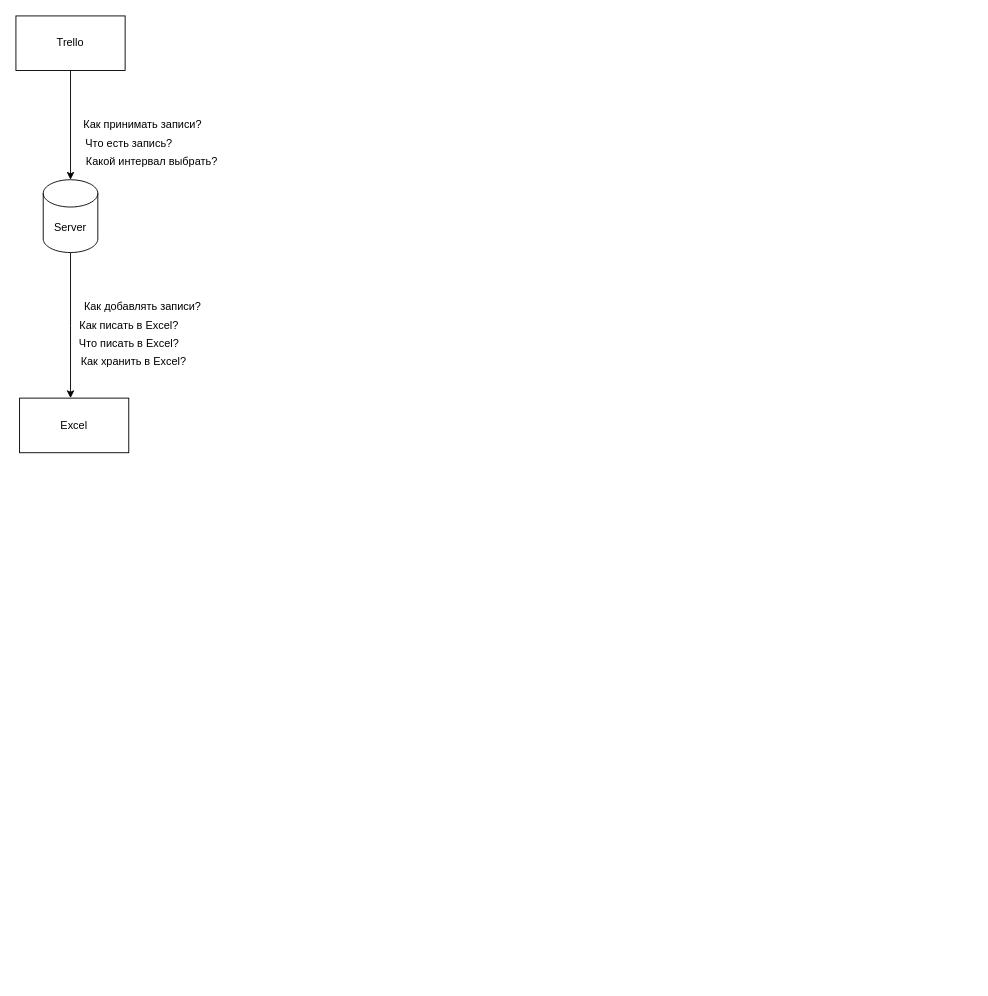
This is excel_bot.drawio from mparkhomenko/excelPlugin, a draw.io file, before an edit. Source tidied: cells renumbered, new cells numbered last; positions are measured from the earlier drawing's top-left corner, leaving out a move shared by most shapes. Both pictures are drawn from the tidied source at 91%, with x=0, y=0 at pixel (15, 15).
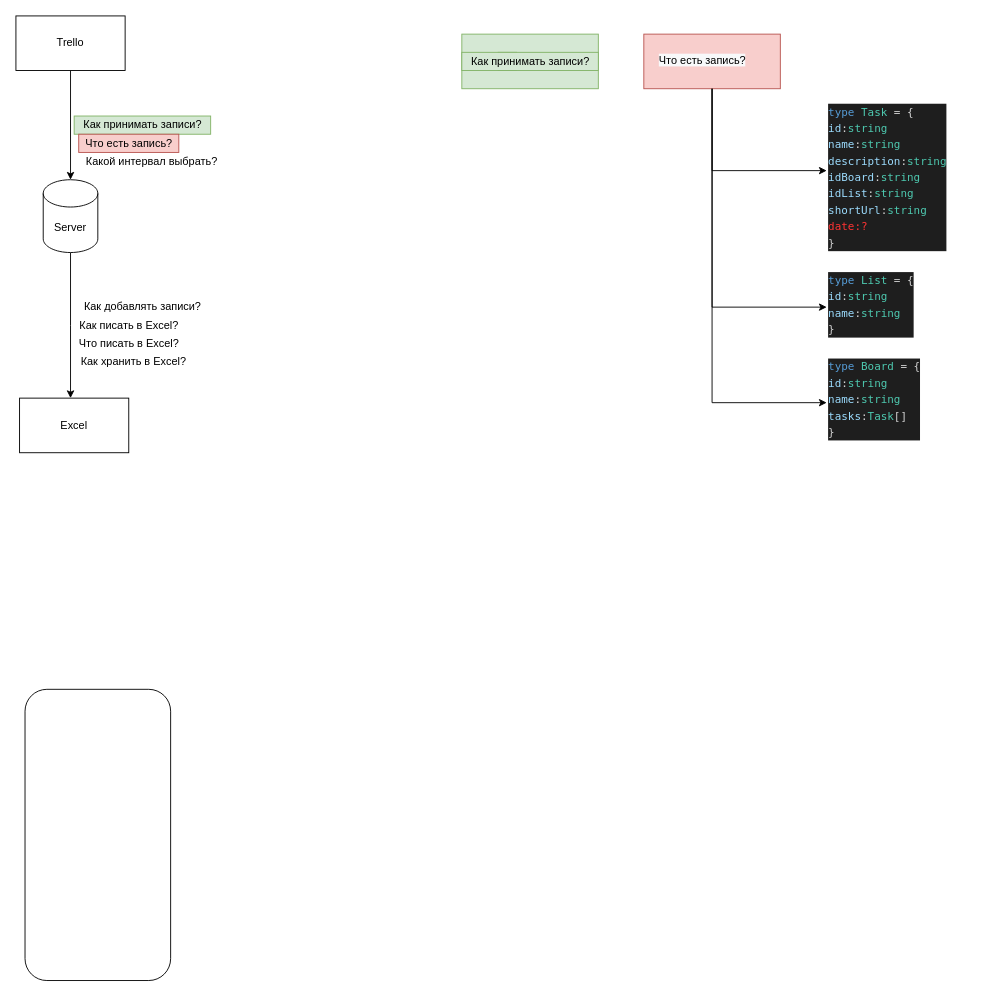
Above is the later version.

Diff of the diagram source:
```diff
@@
-    <mxCell id="8" value="Как принимать записи?" style="text;html=1;align=center;verticalAlign=middle;strokeColor=none;" parent="1" vertex="1">
+    <mxCell id="8" value="Как принимать записи?" style="text;html=1;align=center;verticalAlign=middle;strokeColor=#82b366;fillColor=#d5e8d4;" parent="1" vertex="1">
       <mxGeometry x="64" y="110" width="150" height="20" as="geometry" />
     </mxCell>
-    <mxCell id="9" value="Что есть запись?" style="text;html=1;align=center;verticalAlign=middle;strokeColor=none;" parent="1" vertex="1">
+    <mxCell id="9" value="Что есть запись?" style="text;html=1;align=center;verticalAlign=middle;strokeColor=#b85450;fillColor=#f8cecc;" parent="1" vertex="1">
       <mxGeometry x="69" y="130" width="110" height="20" as="geometry" />
     </mxCell>
@@
+    <mxCell id="14" style="rounded=1;whiteSpace=wrap;html=1;" parent="1" vertex="1">
+      <mxGeometry x="10" y="740" width="160" height="320" as="geometry" />
+    </mxCell>
+    <mxCell id="15" value="&lt;span style=&quot;color: rgba(0 , 0 , 0 , 0) ; font-family: monospace ; font-size: 0px&quot;&gt;asdasd&lt;/span&gt;" style="rounded=0;whiteSpace=wrap;html=1;fillColor=#d5e8d4;strokeColor=#82b366;" parent="1" vertex="1">
+      <mxGeometry x="490" y="20" width="150" height="60" as="geometry" />
+    </mxCell>
+    <mxCell id="16" style="text;html=1;align=center;verticalAlign=middle;strokeColor=#82b366;fillColor=#d5e8d4;" parent="1" vertex="1">
+      <mxGeometry x="530" y="40" width="20" height="20" as="geometry" />
+    </mxCell>
+    <mxCell id="17" value="Как принимать записи?" style="text;html=1;align=center;verticalAlign=middle;strokeColor=#82b366;fillColor=#d5e8d4;" parent="1" vertex="1">
+      <mxGeometry x="490" y="40" width="150" height="20" as="geometry" />
+    </mxCell>
+    <mxCell id="18" style="group;" parent="1" vertex="1">
+      <mxGeometry x="690" y="20" width="150" height="60" as="geometry" />
+    </mxCell>
+    <mxCell id="19" value="&lt;span style=&quot;color: rgba(0 , 0 , 0 , 0) ; font-family: monospace ; font-size: 0px&quot;&gt;asdasd&lt;/span&gt;" style="rounded=0;whiteSpace=wrap;html=1;fillColor=#f8cecc;strokeColor=#b85450;" parent="18" vertex="1">
+      <mxGeometry width="150" height="60" as="geometry" />
+    </mxCell>
+    <mxCell id="20" value="&lt;span style=&quot;color: rgb(0, 0, 0); font-family: helvetica; font-size: 12px; font-style: normal; font-weight: 400; letter-spacing: normal; text-align: center; text-indent: 0px; text-transform: none; word-spacing: 0px; background-color: rgb(248, 249, 250); display: inline; float: none;&quot;&gt;Что есть запись?&lt;/span&gt;" style="text;whiteSpace=wrap;html=1;" parent="18" vertex="1">
+      <mxGeometry x="15" y="15" width="120" height="30" as="geometry" />
+    </mxCell>
+    <mxCell id="21" value="&lt;div style=&quot;background-color: rgb(30 , 30 , 30) ; font-family: &amp;#34;menlo&amp;#34; , &amp;#34;monaco&amp;#34; , &amp;#34;courier new&amp;#34; , monospace ; font-weight: normal ; font-size: 12px ; line-height: 18px&quot;&gt;&lt;div style=&quot;color: rgb(212 , 212 , 212)&quot;&gt;&lt;span style=&quot;color: #569cd6&quot;&gt;type&lt;/span&gt;&lt;span style=&quot;color: #d4d4d4&quot;&gt; &lt;/span&gt;&lt;span style=&quot;color: #4ec9b0&quot;&gt;Task&lt;/span&gt;&lt;span style=&quot;color: #d4d4d4&quot;&gt; = {&lt;/span&gt;&lt;/div&gt;&lt;div style=&quot;color: rgb(212 , 212 , 212)&quot;&gt;&lt;span style=&quot;color: #d4d4d4&quot;&gt;    &lt;/span&gt;&lt;span style=&quot;color: #9cdcfe&quot;&gt;id&lt;/span&gt;&lt;span style=&quot;color: #d4d4d4&quot;&gt;:&lt;/span&gt;&lt;span style=&quot;color: #4ec9b0&quot;&gt;string&lt;/span&gt;&lt;/div&gt;&lt;div style=&quot;color: rgb(212 , 212 , 212)&quot;&gt;&lt;span style=&quot;color: #d4d4d4&quot;&gt;    &lt;/span&gt;&lt;span style=&quot;color: #9cdcfe&quot;&gt;name&lt;/span&gt;&lt;span style=&quot;color: #d4d4d4&quot;&gt;:&lt;/span&gt;&lt;span style=&quot;color: #4ec9b0&quot;&gt;string&lt;/span&gt;&lt;/div&gt;&lt;div style=&quot;color: rgb(212 , 212 , 212)&quot;&gt;&lt;span style=&quot;color: #d4d4d4&quot;&gt;    &lt;/span&gt;&lt;span style=&quot;color: #9cdcfe&quot;&gt;description&lt;/span&gt;&lt;span style=&quot;color: #d4d4d4&quot;&gt;:&lt;/span&gt;&lt;span style=&quot;color: #4ec9b0&quot;&gt;string&lt;/span&gt;&lt;/div&gt;&lt;div style=&quot;color: rgb(212 , 212 , 212)&quot;&gt;&lt;span style=&quot;color: #d4d4d4&quot;&gt;    &lt;/span&gt;&lt;span style=&quot;color: #9cdcfe&quot;&gt;idBoard&lt;/span&gt;&lt;span style=&quot;color: #d4d4d4&quot;&gt;:&lt;/span&gt;&lt;span style=&quot;color: #4ec9b0&quot;&gt;string&lt;/span&gt;&lt;/div&gt;&lt;div style=&quot;color: rgb(212 , 212 , 212)&quot;&gt;&lt;span style=&quot;color: #d4d4d4&quot;&gt;    &lt;/span&gt;&lt;span style=&quot;color: #9cdcfe&quot;&gt;idList&lt;/span&gt;&lt;span style=&quot;color: #d4d4d4&quot;&gt;:&lt;/span&gt;&lt;span style=&quot;color: #4ec9b0&quot;&gt;string&lt;/span&gt;&lt;/div&gt;&lt;div style=&quot;color: rgb(212 , 212 , 212)&quot;&gt;&lt;span style=&quot;color: #d4d4d4&quot;&gt;    &lt;/span&gt;&lt;span style=&quot;color: #9cdcfe&quot;&gt;shortUrl&lt;/span&gt;&lt;span style=&quot;color: #d4d4d4&quot;&gt;:&lt;/span&gt;&lt;span style=&quot;color: #4ec9b0&quot;&gt;string&lt;/span&gt;&lt;/div&gt;&lt;div&gt;&lt;font color=&quot;#ff3333&quot;&gt;date:?&lt;/font&gt;&lt;/div&gt;&lt;div style=&quot;color: rgb(212 , 212 , 212)&quot;&gt;&lt;span style=&quot;color: #d4d4d4&quot;&gt;}&lt;/span&gt;&lt;/div&gt;&lt;/div&gt;" style="text;whiteSpace=wrap;html=1;" parent="1" vertex="1">
+      <mxGeometry x="891" y="90" width="160" height="160" as="geometry" />
+    </mxCell>
+    <mxCell id="22" style="edgeStyle=orthogonalEdgeStyle;rounded=0;jettySize=auto;html=1;exitX=0.5;exitY=1;exitDx=0;exitDy=0;entryX=0;entryY=0.5;entryDx=0;entryDy=0;" parent="1" edge="1" source="19" target="21">
+      <mxGeometry relative="1" as="geometry" />
+    </mxCell>
+    <mxCell id="23" value="&lt;div style=&quot;color: rgb(212, 212, 212); background-color: rgb(30, 30, 30); font-family: menlo, monaco, &amp;quot;courier new&amp;quot;, monospace; font-weight: normal; font-size: 12px; line-height: 18px;&quot;&gt;&lt;div&gt;&lt;span style=&quot;color: #569cd6&quot;&gt;type&lt;/span&gt;&lt;span style=&quot;color: #d4d4d4&quot;&gt; &lt;/span&gt;&lt;span style=&quot;color: #4ec9b0&quot;&gt;List&lt;/span&gt;&lt;span style=&quot;color: #d4d4d4&quot;&gt; = {&lt;/span&gt;&lt;/div&gt;&lt;div&gt;&lt;span style=&quot;color: #d4d4d4&quot;&gt;    &lt;/span&gt;&lt;span style=&quot;color: #9cdcfe&quot;&gt;id&lt;/span&gt;&lt;span style=&quot;color: #d4d4d4&quot;&gt;:&lt;/span&gt;&lt;span style=&quot;color: #4ec9b0&quot;&gt;string&lt;/span&gt;&lt;/div&gt;&lt;div&gt;&lt;span style=&quot;color: #d4d4d4&quot;&gt;    &lt;/span&gt;&lt;span style=&quot;color: #9cdcfe&quot;&gt;name&lt;/span&gt;&lt;span style=&quot;color: #d4d4d4&quot;&gt;:&lt;/span&gt;&lt;span style=&quot;color: #4ec9b0&quot;&gt;string&lt;/span&gt;&lt;/div&gt;&lt;div&gt;&lt;span style=&quot;color: #d4d4d4&quot;&gt;}&lt;/span&gt;&lt;/div&gt;&lt;/div&gt;" style="text;whiteSpace=wrap;html=1;" parent="1" vertex="1">
+      <mxGeometry x="891" y="275" width="120" height="90" as="geometry" />
+    </mxCell>
+    <mxCell id="24" style="edgeStyle=orthogonalEdgeStyle;rounded=0;jettySize=auto;html=1;exitX=0.5;exitY=1;exitDx=0;exitDy=0;entryX=0;entryY=0.5;entryDx=0;entryDy=0;" parent="1" edge="1" source="19" target="23">
+      <mxGeometry relative="1" as="geometry" />
+    </mxCell>
+    <mxCell id="25" value="&lt;div style=&quot;color: rgb(212, 212, 212); background-color: rgb(30, 30, 30); font-family: menlo, monaco, &amp;quot;courier new&amp;quot;, monospace; font-weight: normal; font-size: 12px; line-height: 18px;&quot;&gt;&lt;div&gt;&lt;span style=&quot;color: #569cd6&quot;&gt;type&lt;/span&gt;&lt;span style=&quot;color: #d4d4d4&quot;&gt; &lt;/span&gt;&lt;span style=&quot;color: #4ec9b0&quot;&gt;Board&lt;/span&gt;&lt;span style=&quot;color: #d4d4d4&quot;&gt; = {&lt;/span&gt;&lt;/div&gt;&lt;div&gt;&lt;span style=&quot;color: #d4d4d4&quot;&gt;    &lt;/span&gt;&lt;span style=&quot;color: #9cdcfe&quot;&gt;id&lt;/span&gt;&lt;span style=&quot;color: #d4d4d4&quot;&gt;:&lt;/span&gt;&lt;span style=&quot;color: #4ec9b0&quot;&gt;string&lt;/span&gt;&lt;/div&gt;&lt;div&gt;&lt;span style=&quot;color: #d4d4d4&quot;&gt;    &lt;/span&gt;&lt;span style=&quot;color: #9cdcfe&quot;&gt;name&lt;/span&gt;&lt;span style=&quot;color: #d4d4d4&quot;&gt;:&lt;/span&gt;&lt;span style=&quot;color: #4ec9b0&quot;&gt;string&lt;/span&gt;&lt;/div&gt;&lt;div&gt;&lt;span style=&quot;color: #d4d4d4&quot;&gt;    &lt;/span&gt;&lt;span style=&quot;color: #9cdcfe&quot;&gt;tasks&lt;/span&gt;&lt;span style=&quot;color: #d4d4d4&quot;&gt;:&lt;/span&gt;&lt;span style=&quot;color: #4ec9b0&quot;&gt;Task&lt;/span&gt;&lt;span style=&quot;color: #d4d4d4&quot;&gt;[]&lt;/span&gt;&lt;/div&gt;&lt;div&gt;&lt;span style=&quot;color: #d4d4d4&quot;&gt;}&lt;/span&gt;&lt;/div&gt;&lt;/div&gt;" style="text;whiteSpace=wrap;html=1;" parent="1" vertex="1">
+      <mxGeometry x="891" y="370" width="130" height="110" as="geometry" />
+    </mxCell>
+    <mxCell id="26" style="edgeStyle=orthogonalEdgeStyle;rounded=0;jettySize=auto;html=1;exitX=0.5;exitY=1;exitDx=0;exitDy=0;entryX=0;entryY=0.5;entryDx=0;entryDy=0;" parent="1" edge="1" source="19" target="25">
+      <mxGeometry relative="1" as="geometry" />
+    </mxCell>
```
